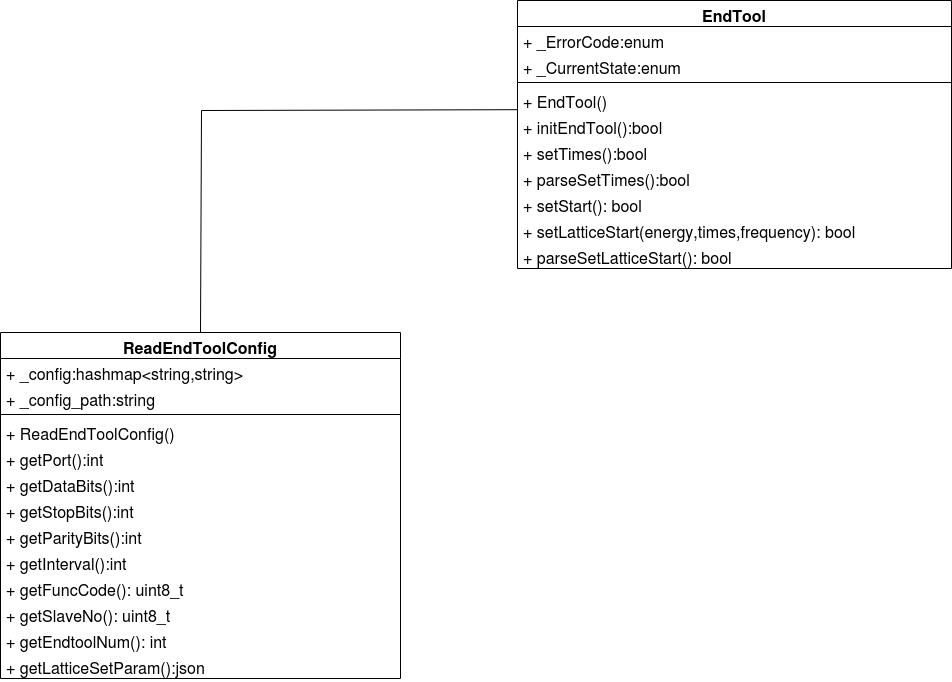
Above: 理疗头类图.drawio.png in Durpe/Drawio (draw.io), before the change. Source tidied: cells renumbered, new cells last; positions are measured from the earlier drawing's top-left corner, leaving out a move shared by most shapes.
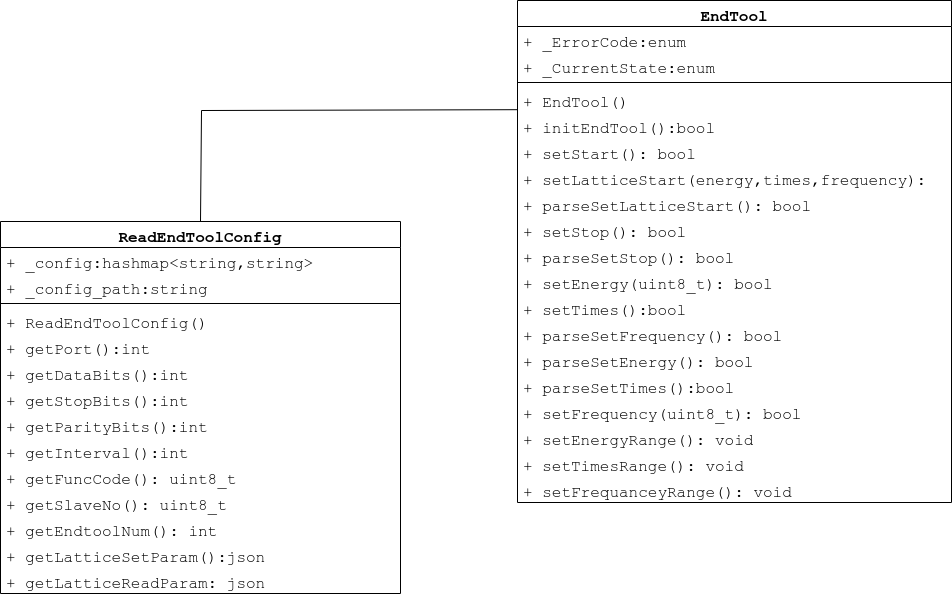
After the commit.

Commit message:
更新理疗头类图.drawio.png

The edit, as a diff of the source:
```diff
@@ -2,82 +2,112 @@
   <root>
     <mxCell id="0" />
     <mxCell id="1" parent="0" />
-    <mxCell id="2" value="ReadEndToolConfig" style="swimlane;fontStyle=1;align=center;verticalAlign=top;horizontal=1;startSize=26;whiteSpace=wrap;html=1;fontSize=16;" parent="1" vertex="1">
-      <mxGeometry y="332" width="400" height="346" as="geometry" />
+    <mxCell id="2" value="ReadEndToolConfig" style="swimlane;fontStyle=1;align=center;verticalAlign=top;horizontal=1;startSize=26;whiteSpace=wrap;html=1;fontSize=16;fontFamily=Courier New;" parent="1" vertex="1">
+      <mxGeometry y="221" width="400" height="372" as="geometry" />
     </mxCell>
-    <mxCell id="3" value="+&lt;span style=&quot;white-space: pre; font-size: 16px;&quot;&gt; &lt;/span&gt;_config:hashmap&amp;lt;string,string&amp;gt;&lt;br style=&quot;font-size: 16px;&quot;&gt;" style="text;strokeColor=none;fillColor=none;align=left;verticalAlign=top;spacingLeft=4;spacingRight=4;overflow=hidden;whiteSpace=wrap;html=1;fontSize=16;" parent="2" vertex="1">
+    <mxCell id="3" value="+&lt;span style=&quot;white-space: pre; font-size: 16px;&quot;&gt; &lt;/span&gt;_config:hashmap&amp;lt;string,string&amp;gt;&lt;br style=&quot;font-size: 16px;&quot;&gt;" style="text;strokeColor=none;fillColor=none;align=left;verticalAlign=top;spacingLeft=4;spacingRight=4;overflow=hidden;whiteSpace=wrap;html=1;fontSize=16;fontFamily=Courier New;" parent="2" vertex="1">
       <mxGeometry y="26" width="400" height="26" as="geometry" />
     </mxCell>
-    <mxCell id="4" value="+&lt;span style=&quot;border-color: var(--border-color); font-size: 16px;&quot;&gt; &lt;/span&gt;&lt;span style=&quot;font-size: 16px;&quot;&gt;_config_path:string&lt;/span&gt;" style="text;strokeColor=none;fillColor=none;align=left;verticalAlign=top;spacingLeft=4;spacingRight=4;overflow=hidden;whiteSpace=wrap;html=1;fontSize=16;" parent="2" vertex="1">
+    <mxCell id="4" value="+&lt;span style=&quot;border-color: var(--border-color); font-size: 16px;&quot;&gt; &lt;/span&gt;&lt;span style=&quot;font-size: 16px;&quot;&gt;_config_path:string&lt;/span&gt;" style="text;strokeColor=none;fillColor=none;align=left;verticalAlign=top;spacingLeft=4;spacingRight=4;overflow=hidden;whiteSpace=wrap;html=1;fontSize=16;fontFamily=Courier New;" parent="2" vertex="1">
       <mxGeometry y="52" width="400" height="26" as="geometry" />
     </mxCell>
-    <mxCell id="5" style="line;strokeWidth=1;fillColor=none;align=left;verticalAlign=middle;spacingTop=-1;spacingLeft=3;spacingRight=3;labelPosition=right;strokeColor=inherit;fontSize=16;" parent="2" vertex="1">
+    <mxCell id="5" style="line;strokeWidth=1;fillColor=none;align=left;verticalAlign=middle;spacingTop=-1;spacingLeft=3;spacingRight=3;labelPosition=right;strokeColor=inherit;fontSize=16;fontFamily=Courier New;" parent="2" vertex="1">
       <mxGeometry y="78" width="400" height="8" as="geometry" />
     </mxCell>
-    <mxCell id="6" value="+ ReadEndToolConfig()&lt;br style=&quot;font-size: 16px;&quot;&gt;&lt;br style=&quot;font-size: 16px;&quot;&gt;&lt;br style=&quot;font-size: 16px;&quot;&gt;&lt;br style=&quot;font-size: 16px;&quot;&gt;" style="text;strokeColor=none;fillColor=none;align=left;verticalAlign=top;spacingLeft=4;spacingRight=4;overflow=hidden;whiteSpace=wrap;html=1;fontSize=16;" parent="2" vertex="1">
+    <mxCell id="6" value="+ ReadEndToolConfig()&lt;br style=&quot;font-size: 16px;&quot;&gt;&lt;br style=&quot;font-size: 16px;&quot;&gt;&lt;br style=&quot;font-size: 16px;&quot;&gt;&lt;br style=&quot;font-size: 16px;&quot;&gt;" style="text;strokeColor=none;fillColor=none;align=left;verticalAlign=top;spacingLeft=4;spacingRight=4;overflow=hidden;whiteSpace=wrap;html=1;fontSize=16;fontFamily=Courier New;" parent="2" vertex="1">
       <mxGeometry y="86" width="400" height="26" as="geometry" />
     </mxCell>
-    <mxCell id="7" value="+&lt;span style=&quot;border-color: var(--border-color); font-size: 16px;&quot;&gt;&amp;nbsp;&lt;/span&gt;&lt;span style=&quot;font-size: 16px;&quot;&gt;getPort():int&lt;/span&gt;" style="text;strokeColor=none;fillColor=none;align=left;verticalAlign=top;spacingLeft=4;spacingRight=4;overflow=hidden;whiteSpace=wrap;html=1;fontSize=16;" parent="2" vertex="1">
+    <mxCell id="7" value="+&lt;span style=&quot;border-color: var(--border-color); font-size: 16px;&quot;&gt;&amp;nbsp;&lt;/span&gt;&lt;span style=&quot;font-size: 16px;&quot;&gt;getPort():int&lt;/span&gt;" style="text;strokeColor=none;fillColor=none;align=left;verticalAlign=top;spacingLeft=4;spacingRight=4;overflow=hidden;whiteSpace=wrap;html=1;fontSize=16;fontFamily=Courier New;" parent="2" vertex="1">
       <mxGeometry y="112" width="400" height="26" as="geometry" />
     </mxCell>
-    <mxCell id="8" value="+&lt;span style=&quot;border-color: var(--border-color); font-size: 16px;&quot;&gt;&amp;nbsp;&lt;/span&gt;&lt;span style=&quot;font-size: 16px;&quot;&gt;getDataBits():int&lt;/span&gt;" style="text;strokeColor=none;fillColor=none;align=left;verticalAlign=top;spacingLeft=4;spacingRight=4;overflow=hidden;whiteSpace=wrap;html=1;fontSize=16;" parent="2" vertex="1">
+    <mxCell id="8" value="+&lt;span style=&quot;border-color: var(--border-color); font-size: 16px;&quot;&gt;&amp;nbsp;&lt;/span&gt;&lt;span style=&quot;font-size: 16px;&quot;&gt;getDataBits():int&lt;/span&gt;" style="text;strokeColor=none;fillColor=none;align=left;verticalAlign=top;spacingLeft=4;spacingRight=4;overflow=hidden;whiteSpace=wrap;html=1;fontSize=16;fontFamily=Courier New;" parent="2" vertex="1">
       <mxGeometry y="138" width="400" height="26" as="geometry" />
     </mxCell>
-    <mxCell id="9" value="+&lt;span style=&quot;border-color: var(--border-color); font-size: 16px;&quot;&gt; &lt;/span&gt;&lt;span style=&quot;font-size: 16px;&quot;&gt;getStopBits():int&lt;/span&gt;" style="text;strokeColor=none;fillColor=none;align=left;verticalAlign=top;spacingLeft=4;spacingRight=4;overflow=hidden;whiteSpace=wrap;html=1;fontSize=16;" parent="2" vertex="1">
+    <mxCell id="9" value="+&lt;span style=&quot;border-color: var(--border-color); font-size: 16px;&quot;&gt; &lt;/span&gt;&lt;span style=&quot;font-size: 16px;&quot;&gt;getStopBits():int&lt;/span&gt;" style="text;strokeColor=none;fillColor=none;align=left;verticalAlign=top;spacingLeft=4;spacingRight=4;overflow=hidden;whiteSpace=wrap;html=1;fontSize=16;fontFamily=Courier New;" parent="2" vertex="1">
       <mxGeometry y="164" width="400" height="26" as="geometry" />
     </mxCell>
-    <mxCell id="10" value="+&amp;nbsp;&lt;span style=&quot;font-size: 16px;&quot;&gt;getParityBits():int&lt;/span&gt;" style="text;strokeColor=none;fillColor=none;align=left;verticalAlign=top;spacingLeft=4;spacingRight=4;overflow=hidden;whiteSpace=wrap;html=1;fontSize=16;" parent="2" vertex="1">
+    <mxCell id="10" value="+&amp;nbsp;&lt;span style=&quot;font-size: 16px;&quot;&gt;getParityBits():int&lt;/span&gt;" style="text;strokeColor=none;fillColor=none;align=left;verticalAlign=top;spacingLeft=4;spacingRight=4;overflow=hidden;whiteSpace=wrap;html=1;fontSize=16;fontFamily=Courier New;" parent="2" vertex="1">
       <mxGeometry y="190" width="400" height="26" as="geometry" />
     </mxCell>
-    <mxCell id="11" value="+&lt;span style=&quot;border-color: var(--border-color); font-size: 16px;&quot;&gt; &lt;/span&gt;&lt;span style=&quot;font-size: 16px;&quot;&gt;getInterval():int&lt;/span&gt;" style="text;strokeColor=none;fillColor=none;align=left;verticalAlign=top;spacingLeft=4;spacingRight=4;overflow=hidden;whiteSpace=wrap;html=1;fontSize=16;" parent="2" vertex="1">
+    <mxCell id="11" value="+&lt;span style=&quot;border-color: var(--border-color); font-size: 16px;&quot;&gt; &lt;/span&gt;&lt;span style=&quot;font-size: 16px;&quot;&gt;getInterval():int&lt;/span&gt;" style="text;strokeColor=none;fillColor=none;align=left;verticalAlign=top;spacingLeft=4;spacingRight=4;overflow=hidden;whiteSpace=wrap;html=1;fontSize=16;fontFamily=Courier New;" parent="2" vertex="1">
       <mxGeometry y="216" width="400" height="26" as="geometry" />
     </mxCell>
-    <mxCell id="12" value="+ getFuncCode(): uint8_t" style="text;strokeColor=none;fillColor=none;align=left;verticalAlign=top;spacingLeft=4;spacingRight=4;overflow=hidden;whiteSpace=wrap;html=1;fontSize=16;" parent="2" vertex="1">
+    <mxCell id="12" value="+ getFuncCode(): uint8_t" style="text;strokeColor=none;fillColor=none;align=left;verticalAlign=top;spacingLeft=4;spacingRight=4;overflow=hidden;whiteSpace=wrap;html=1;fontSize=16;fontFamily=Courier New;" parent="2" vertex="1">
       <mxGeometry y="242" width="400" height="26" as="geometry" />
     </mxCell>
-    <mxCell id="13" value="+ getSlaveNo(): uint8_t" style="text;strokeColor=none;fillColor=none;align=left;verticalAlign=top;spacingLeft=4;spacingRight=4;overflow=hidden;whiteSpace=wrap;html=1;fontSize=16;" parent="2" vertex="1">
+    <mxCell id="13" value="+ getSlaveNo(): uint8_t" style="text;strokeColor=none;fillColor=none;align=left;verticalAlign=top;spacingLeft=4;spacingRight=4;overflow=hidden;whiteSpace=wrap;html=1;fontSize=16;fontFamily=Courier New;" parent="2" vertex="1">
       <mxGeometry y="268" width="400" height="26" as="geometry" />
     </mxCell>
-    <mxCell id="14" value="+ getEndtoolNum(): int" style="text;strokeColor=none;fillColor=none;align=left;verticalAlign=top;spacingLeft=4;spacingRight=4;overflow=hidden;whiteSpace=wrap;html=1;fontSize=16;" parent="2" vertex="1">
+    <mxCell id="14" value="+ getEndtoolNum(): int" style="text;strokeColor=none;fillColor=none;align=left;verticalAlign=top;spacingLeft=4;spacingRight=4;overflow=hidden;whiteSpace=wrap;html=1;fontSize=16;fontFamily=Courier New;" parent="2" vertex="1">
       <mxGeometry y="294" width="400" height="26" as="geometry" />
     </mxCell>
-    <mxCell id="15" value="+ getLatticeSetParam():json" style="text;strokeColor=none;fillColor=none;align=left;verticalAlign=top;spacingLeft=4;spacingRight=4;overflow=hidden;whiteSpace=wrap;html=1;fontSize=16;" parent="2" vertex="1">
+    <mxCell id="15" value="+ getLatticeSetParam():json" style="text;strokeColor=none;fillColor=none;align=left;verticalAlign=top;spacingLeft=4;spacingRight=4;overflow=hidden;whiteSpace=wrap;html=1;fontSize=16;fontFamily=Courier New;" parent="2" vertex="1">
       <mxGeometry y="320" width="400" height="26" as="geometry" />
     </mxCell>
+    <mxCell id="28" value="+ getLatticeReadParam: json" style="text;strokeColor=none;fillColor=none;align=left;verticalAlign=top;spacingLeft=4;spacingRight=4;overflow=hidden;whiteSpace=wrap;html=1;fontSize=16;fontFamily=Courier New;" parent="2" vertex="1">
+      <mxGeometry y="346" width="400" height="26" as="geometry" />
+    </mxCell>
-    <mxCell id="16" value="EndTool" style="swimlane;fontStyle=1;align=center;verticalAlign=top;horizontal=1;startSize=26;whiteSpace=wrap;html=1;fontSize=16;" parent="1" vertex="1">
-      <mxGeometry x="517" width="434" height="268" as="geometry" />
+    <mxCell id="16" value="EndTool" style="swimlane;fontStyle=1;align=center;verticalAlign=top;horizontal=1;startSize=26;whiteSpace=wrap;html=1;fontSize=16;fontFamily=Courier New;" parent="1" vertex="1">
+      <mxGeometry x="517" width="434" height="502" as="geometry" />
     </mxCell>
-    <mxCell id="17" value="+&lt;span style=&quot;white-space: pre; font-size: 16px;&quot;&gt; &lt;/span&gt;_ErrorCode:enum" style="text;strokeColor=none;fillColor=none;align=left;verticalAlign=top;spacingLeft=4;spacingRight=4;overflow=hidden;whiteSpace=wrap;html=1;fontSize=16;" parent="16" vertex="1">
+    <mxCell id="17" value="+&lt;span style=&quot;white-space: pre; font-size: 16px;&quot;&gt; &lt;/span&gt;_ErrorCode:enum" style="text;strokeColor=none;fillColor=none;align=left;verticalAlign=top;spacingLeft=4;spacingRight=4;overflow=hidden;whiteSpace=wrap;html=1;fontSize=16;fontFamily=Courier New;" parent="16" vertex="1">
       <mxGeometry y="26" width="434" height="26" as="geometry" />
     </mxCell>
-    <mxCell id="18" value="+ _CurrentState:enum" style="text;strokeColor=none;fillColor=none;align=left;verticalAlign=top;spacingLeft=4;spacingRight=4;overflow=hidden;whiteSpace=wrap;html=1;fontSize=16;" parent="16" vertex="1">
+    <mxCell id="18" value="+ _CurrentState:enum" style="text;strokeColor=none;fillColor=none;align=left;verticalAlign=top;spacingLeft=4;spacingRight=4;overflow=hidden;whiteSpace=wrap;html=1;fontSize=16;fontFamily=Courier New;" parent="16" vertex="1">
       <mxGeometry y="52" width="434" height="26" as="geometry" />
     </mxCell>
-    <mxCell id="19" style="line;strokeWidth=1;fillColor=none;align=left;verticalAlign=middle;spacingTop=-1;spacingLeft=3;spacingRight=3;labelPosition=right;strokeColor=inherit;fontSize=16;" parent="16" vertex="1">
+    <mxCell id="19" style="line;strokeWidth=1;fillColor=none;align=left;verticalAlign=middle;spacingTop=-1;spacingLeft=3;spacingRight=3;labelPosition=right;strokeColor=inherit;fontSize=16;fontFamily=Courier New;" parent="16" vertex="1">
       <mxGeometry y="78" width="434" height="8" as="geometry" />
     </mxCell>
-    <mxCell id="20" value="+ EndTool()&lt;br style=&quot;font-size: 16px;&quot;&gt;" style="text;strokeColor=none;fillColor=none;align=left;verticalAlign=top;spacingLeft=4;spacingRight=4;overflow=hidden;whiteSpace=wrap;html=1;fontSize=16;" parent="16" vertex="1">
+    <mxCell id="20" value="+ EndTool()&lt;br style=&quot;font-size: 16px;&quot;&gt;" style="text;strokeColor=none;fillColor=none;align=left;verticalAlign=top;spacingLeft=4;spacingRight=4;overflow=hidden;whiteSpace=wrap;html=1;fontSize=16;fontFamily=Courier New;" parent="16" vertex="1">
       <mxGeometry y="86" width="434" height="26" as="geometry" />
     </mxCell>
-    <mxCell id="21" value="+ initEndTool():bool&lt;br style=&quot;font-size: 16px;&quot;&gt;" style="text;strokeColor=none;fillColor=none;align=left;verticalAlign=top;spacingLeft=4;spacingRight=4;overflow=hidden;points=[[0,0.5],[1,0.5]];portConstraint=eastwest;whiteSpace=wrap;html=1;fontSize=16;" parent="16" vertex="1">
+    <mxCell id="21" value="+ initEndTool():bool&lt;br style=&quot;font-size: 16px;&quot;&gt;" style="text;strokeColor=none;fillColor=none;align=left;verticalAlign=top;spacingLeft=4;spacingRight=4;overflow=hidden;points=[[0,0.5],[1,0.5]];portConstraint=eastwest;whiteSpace=wrap;html=1;fontSize=16;fontFamily=Courier New;" parent="16" vertex="1">
       <mxGeometry y="112" width="434" height="26" as="geometry" />
     </mxCell>
-    <mxCell id="22" value="+ setTimes():bool" style="text;strokeColor=none;fillColor=none;align=left;verticalAlign=top;spacingLeft=4;spacingRight=4;overflow=hidden;whiteSpace=wrap;html=1;fontSize=16;" parent="16" vertex="1">
-      <mxGeometry y="138" width="434" height="26" as="geometry" />
-    </mxCell>
-    <mxCell id="23" value="+ parseSetTimes():bool" style="text;strokeColor=none;fillColor=none;align=left;verticalAlign=top;spacingLeft=4;spacingRight=4;overflow=hidden;whiteSpace=wrap;html=1;fontSize=16;" parent="16" vertex="1">
-      <mxGeometry y="164" width="434" height="26" as="geometry" />
-    </mxCell>
-    <mxCell id="24" value="+ setStart(): bool" style="text;strokeColor=none;fillColor=none;align=left;verticalAlign=top;spacingLeft=4;spacingRight=4;overflow=hidden;whiteSpace=wrap;html=1;fontSize=16;" parent="16" vertex="1">
-      <mxGeometry y="190" width="434" height="26" as="geometry" />
+    <mxCell id="24" value="+ setStart(): bool" style="text;strokeColor=none;fillColor=none;align=left;verticalAlign=top;spacingLeft=4;spacingRight=4;overflow=hidden;whiteSpace=wrap;html=1;fontSize=16;fontFamily=Courier New;" parent="16" vertex="1">
+      <mxGeometry y="138" width="434" height="26" as="geometry" />
     </mxCell>
-    <mxCell id="25" value="+ setLatticeStart(energy,times,frequency): bool" style="text;strokeColor=none;fillColor=none;align=left;verticalAlign=top;spacingLeft=4;spacingRight=4;overflow=hidden;whiteSpace=wrap;html=1;fontSize=16;" parent="16" vertex="1">
-      <mxGeometry y="216" width="434" height="26" as="geometry" />
+    <mxCell id="25" value="+ setLatticeStart(energy,times,frequency): bool" style="text;strokeColor=none;fillColor=none;align=left;verticalAlign=top;spacingLeft=4;spacingRight=4;overflow=hidden;whiteSpace=wrap;html=1;fontSize=16;fontFamily=Courier New;" parent="16" vertex="1">
+      <mxGeometry y="164" width="434" height="26" as="geometry" />
     </mxCell>
-    <mxCell id="26" value="+ parseSetLatticeStart(): bool" style="text;strokeColor=none;fillColor=none;align=left;verticalAlign=top;spacingLeft=4;spacingRight=4;overflow=hidden;whiteSpace=wrap;html=1;fontSize=16;" parent="16" vertex="1">
-      <mxGeometry y="242" width="434" height="26" as="geometry" />
+    <mxCell id="26" value="+ parseSetLatticeStart(): bool" style="text;strokeColor=none;fillColor=none;align=left;verticalAlign=top;spacingLeft=4;spacingRight=4;overflow=hidden;whiteSpace=wrap;html=1;fontSize=16;fontFamily=Courier New;" parent="16" vertex="1">
+      <mxGeometry y="190" width="434" height="26" as="geometry" />
     </mxCell>
+    <mxCell id="29" value="+ setStop(): bool" style="text;strokeColor=none;fillColor=none;align=left;verticalAlign=top;spacingLeft=4;spacingRight=4;overflow=hidden;whiteSpace=wrap;html=1;fontSize=16;fontFamily=Courier New;" parent="16" vertex="1">
+      <mxGeometry y="216" width="434" height="26" as="geometry" />
+    </mxCell>
+    <mxCell id="30" value="+ parseSetStop(): bool" style="text;strokeColor=none;fillColor=none;align=left;verticalAlign=top;spacingLeft=4;spacingRight=4;overflow=hidden;whiteSpace=wrap;html=1;fontSize=16;fontFamily=Courier New;" parent="16" vertex="1">
+      <mxGeometry y="242" width="434" height="26" as="geometry" />
+    </mxCell>
+    <mxCell id="31" value="+ setEnergy(uint8_t): bool" style="text;strokeColor=none;fillColor=none;align=left;verticalAlign=top;spacingLeft=4;spacingRight=4;overflow=hidden;fontSize=16;fontFamily=Courier New;html=1;whiteSpace=wrap;labelBorderColor=none;labelBackgroundColor=none;fontColor=default;" parent="16" vertex="1">
+      <mxGeometry y="268" width="434" height="26" as="geometry" />
+    </mxCell>
+    <mxCell id="22" value="+ setTimes():bool" style="text;strokeColor=none;fillColor=none;align=left;verticalAlign=top;spacingLeft=4;spacingRight=4;overflow=hidden;whiteSpace=wrap;html=1;fontSize=16;fontFamily=Courier New;" parent="16" vertex="1">
+      <mxGeometry y="294" width="434" height="26" as="geometry" />
+    </mxCell>
+    <mxCell id="32" value="+ parseSetFrequency(): bool" style="text;strokeColor=none;fillColor=none;align=left;verticalAlign=top;spacingLeft=4;spacingRight=4;overflow=hidden;whiteSpace=wrap;html=1;fontSize=16;fontFamily=Courier New;" parent="16" vertex="1">
+      <mxGeometry y="320" width="434" height="26" as="geometry" />
+    </mxCell>
+    <mxCell id="33" value="+ parseSetEnergy(): bool" style="text;strokeColor=none;fillColor=none;align=left;verticalAlign=top;spacingLeft=4;spacingRight=4;overflow=hidden;whiteSpace=wrap;html=1;fontSize=16;fontFamily=Courier New;" parent="16" vertex="1">
+      <mxGeometry y="346" width="434" height="26" as="geometry" />
+    </mxCell>
+    <mxCell id="23" value="+ parseSetTimes():bool" style="text;strokeColor=none;fillColor=none;align=left;verticalAlign=top;spacingLeft=4;spacingRight=4;overflow=hidden;whiteSpace=wrap;html=1;fontSize=16;fontFamily=Courier New;" parent="16" vertex="1">
+      <mxGeometry y="372" width="434" height="26" as="geometry" />
+    </mxCell>
+    <mxCell id="34" value="+ setFrequency(uint8_t): bool" style="text;strokeColor=none;fillColor=none;align=left;verticalAlign=top;spacingLeft=4;spacingRight=4;overflow=hidden;whiteSpace=wrap;html=1;fontSize=16;fontFamily=Courier New;" parent="16" vertex="1">
+      <mxGeometry y="398" width="434" height="26" as="geometry" />
+    </mxCell>
+    <mxCell id="35" value="+ setEnergyRange(): void" style="text;strokeColor=none;fillColor=none;align=left;verticalAlign=top;spacingLeft=4;spacingRight=4;overflow=hidden;whiteSpace=wrap;html=1;fontSize=16;fontFamily=Courier New;" parent="16" vertex="1">
+      <mxGeometry y="424" width="434" height="26" as="geometry" />
+    </mxCell>
+    <mxCell id="36" value="+ setTimesRange(): void" style="text;strokeColor=none;fillColor=none;align=left;verticalAlign=top;spacingLeft=4;spacingRight=4;overflow=hidden;whiteSpace=wrap;html=1;fontSize=16;fontFamily=Courier New;" parent="16" vertex="1">
+      <mxGeometry y="450" width="434" height="26" as="geometry" />
+    </mxCell>
+    <mxCell id="37" value="+ setFrequanceyRange(): void" style="text;strokeColor=none;fillColor=none;align=left;verticalAlign=top;spacingLeft=4;spacingRight=4;overflow=hidden;whiteSpace=wrap;html=1;fontSize=16;fontFamily=Courier New;" parent="16" vertex="1">
+      <mxGeometry y="476" width="434" height="26" as="geometry" />
+    </mxCell>
-    <mxCell id="27" style="endArrow=none;html=1;rounded=0;exitX=0.5;exitY=0;exitDx=0;exitDy=0;entryX=-0.001;entryY=-0.108;entryDx=0;entryDy=0;entryPerimeter=0;" parent="1" edge="1" source="2" target="21">
+    <mxCell id="27" style="endArrow=none;html=1;rounded=0;exitX=0.5;exitY=0;exitDx=0;exitDy=0;entryX=-0.001;entryY=-0.108;entryDx=0;entryDy=0;entryPerimeter=0;fontFamily=Courier New;fontSize=16;" parent="1" edge="1" source="2" target="21">
       <mxGeometry relative="1" as="geometry">
         <Array as="points">
           <mxPoint x="201" y="110" />
```
